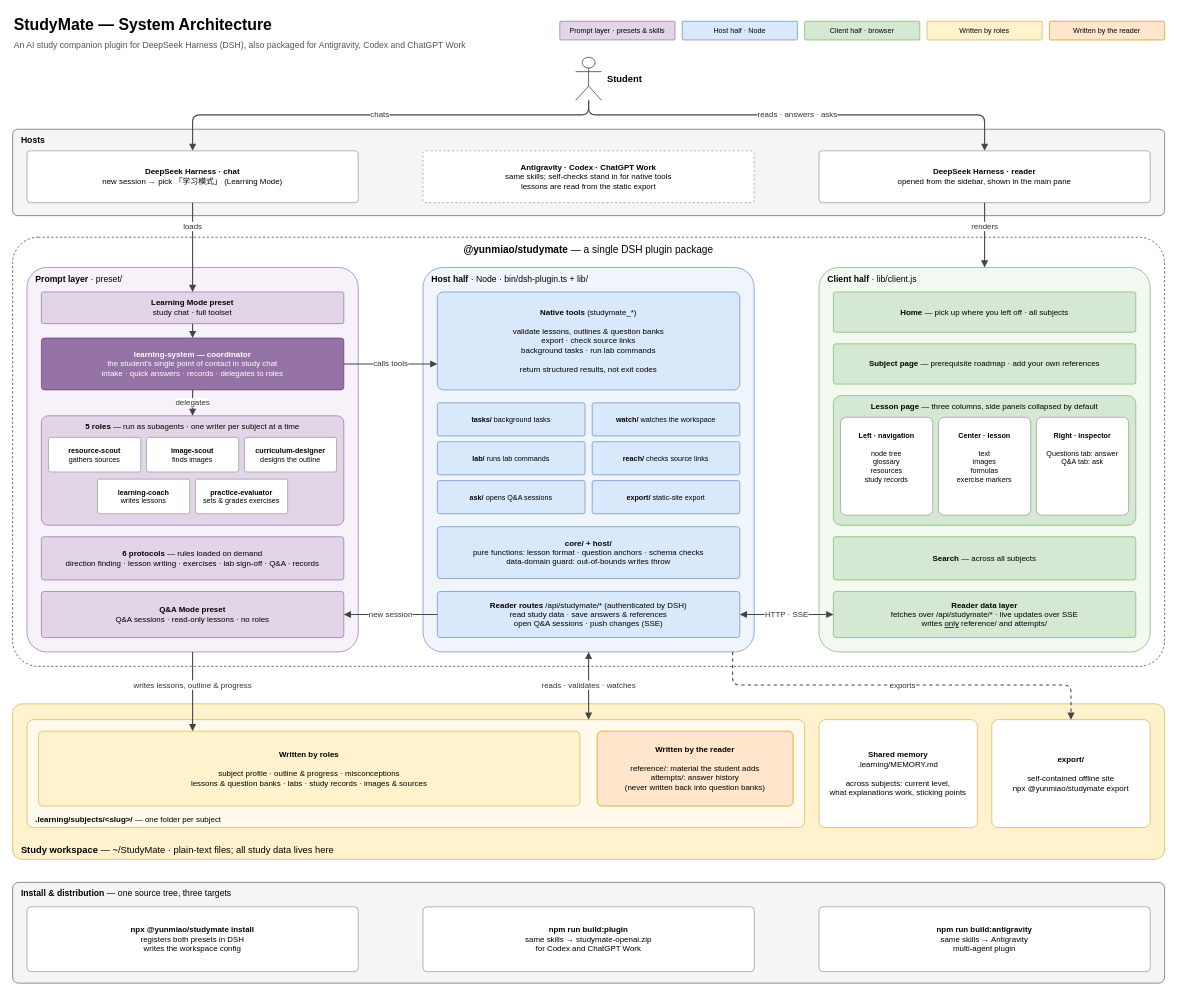
544244857/Study-Mate keeps this draw.io diagram as docs/images/architecture.en.drawio. Above is the earlier version. Source tidied: cells renumbered, new cells numbered last; positions are measured from the earlier drawing's top-left corner, leaving out a move shared by most shapes. Both pictures are drawn from the tidied source at 72%, with x=0, y=0 at pixel (12, 12).
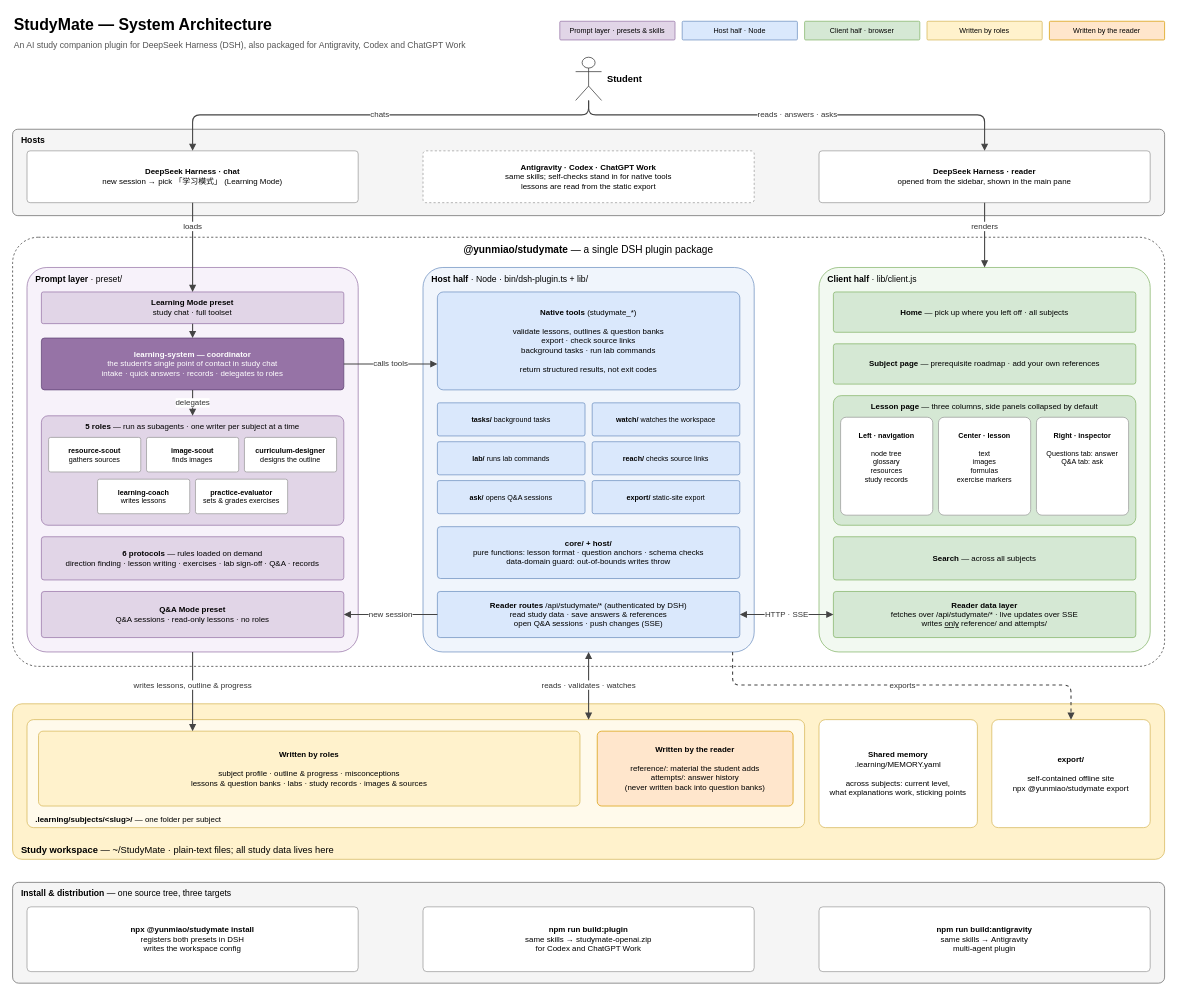
Above is the later version.

Diff of the diagram source:
```diff
@@
-    <mxCell id="49" value="&lt;b&gt;Shared memory&lt;/b&gt;&lt;br&gt;.learning/MEMORY.md&lt;br&gt;&lt;br&gt;across subjects: current level,&lt;br&gt;what explanations work, sticking points" style="rounded=1;arcSize=6;whiteSpace=wrap;html=1;fillColor=#ffffff;strokeColor=#d6b656;fontSize=11;align=center;verticalAlign=middle;fontColor=#000000;" parent="1" vertex="1">
+    <mxCell id="49" value="&lt;b&gt;Shared memory&lt;/b&gt;&lt;br&gt;.learning/MEMORY.yaml&lt;br&gt;&lt;br&gt;across subjects: current level,&lt;br&gt;what explanations work, sticking points" style="rounded=1;arcSize=6;whiteSpace=wrap;html=1;fillColor=#ffffff;strokeColor=#d6b656;fontSize=11;align=center;verticalAlign=middle;fontColor=#000000;" parent="1" vertex="1">
       <mxGeometry x="1120" y="982" width="220" height="150" as="geometry" />
     </mxCell>
```
